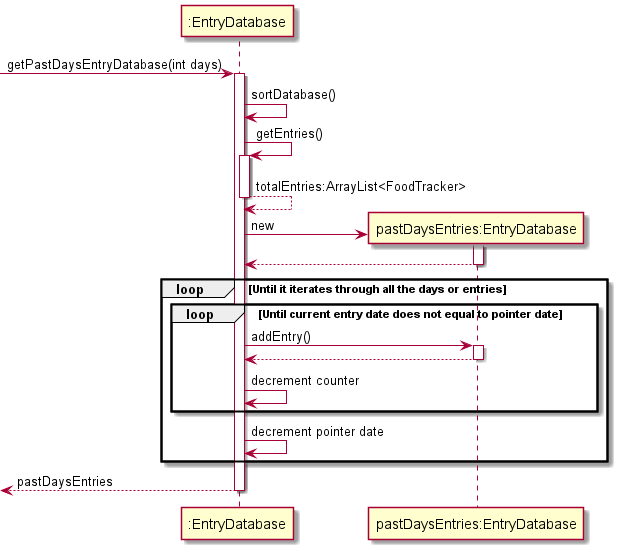
praj-bellakka/tp keeps this PlantUML diagram as docs/diagrams-DG/EntryDatabase_getPastDaysEntryDatabase_Seq.png. Above is the earlier version.
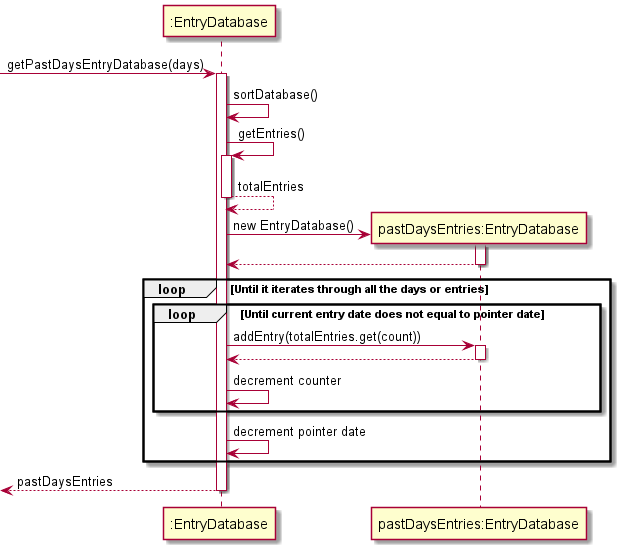
The same diagram one commit later.

Diff of the diagram source:
```diff
@@ -1,23 +1,23 @@
 @startuml
 
--> ":EntryDatabase": getPastDaysEntryDatabase(int days)
+-> ":EntryDatabase": getPastDaysEntryDatabase(days)
 activate ":EntryDatabase"
 
 ":EntryDatabase" -> ":EntryDatabase": sortDatabase()
 
 ":EntryDatabase" -> ":EntryDatabase": getEntries()
 activate ":EntryDatabase"
-":EntryDatabase" --> ":EntryDatabase": totalEntries:ArrayList<FoodTracker>
+":EntryDatabase" --> ":EntryDatabase": totalEntries
 deactivate ":EntryDatabase"
 create "pastDaysEntries:EntryDatabase"
-":EntryDatabase" -> "pastDaysEntries:EntryDatabase": new
+":EntryDatabase" -> "pastDaysEntries:EntryDatabase": new EntryDatabase()
 activate "pastDaysEntries:EntryDatabase"
 return
 
 loop Until it iterates through all the days or entries
     loop Until current entry date does not equal to pointer date
 
-        ":EntryDatabase" -> "pastDaysEntries:EntryDatabase": addEntry()
+        ":EntryDatabase" -> "pastDaysEntries:EntryDatabase": addEntry(totalEntries.get(count))
         activate "pastDaysEntries:EntryDatabase"
         return
 
```
